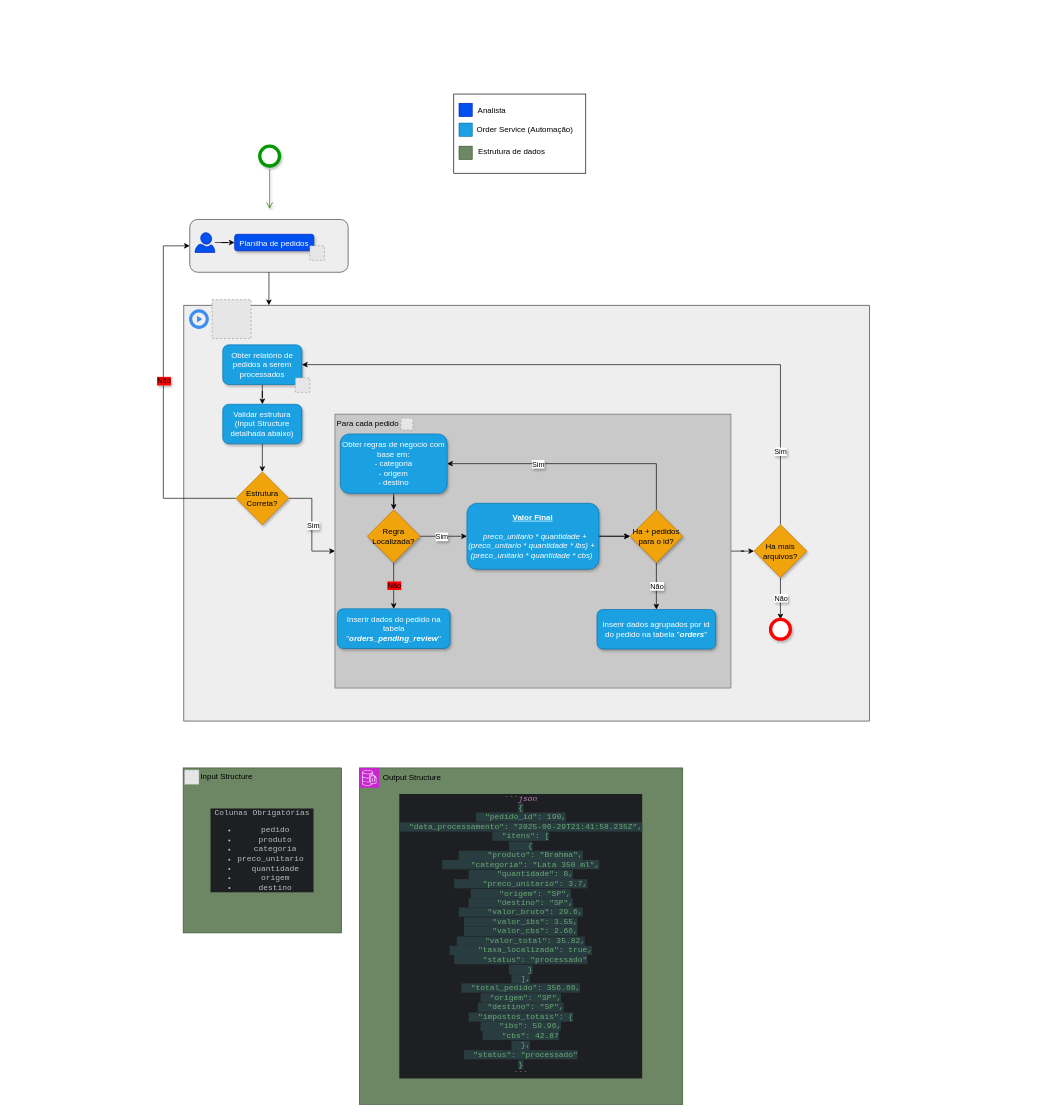
BrunoHPPereira/Order keeps this draw.io diagram as fluxo_pedidos.drawio. Above is the earlier version. Source tidied: cells renumbered, new cells numbered last; positions are measured from the earlier drawing's top-left corner, leaving out a move shared by most shapes. Both pictures are drawn from the tidied source at 66%, with x=0, y=0 at pixel (163, 94). Pictures stored in the file or linked from it are replaced by grey dashed boxes.
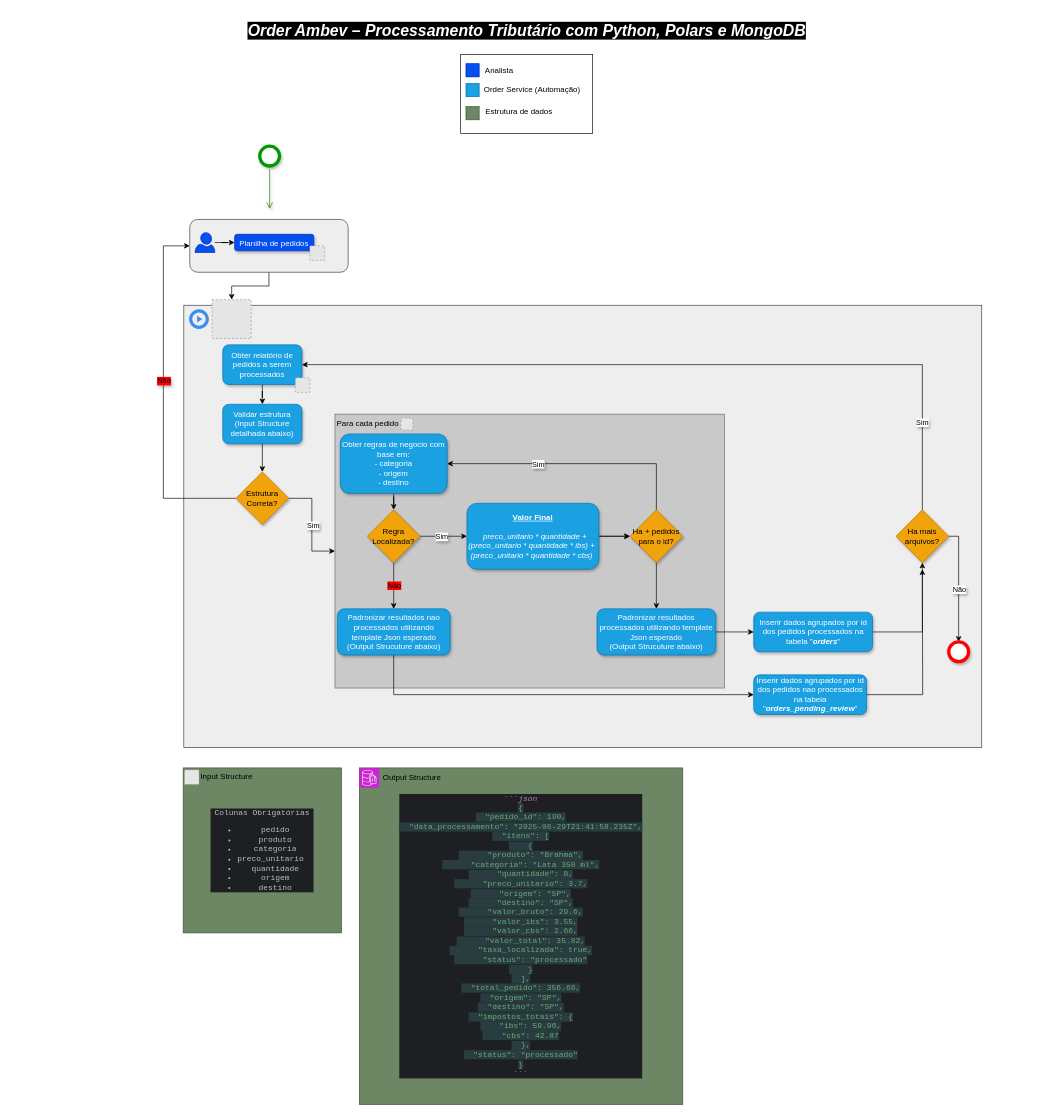
Above is the later version.

Unchanged cells that the change refers to:
```xml
<mxCell id="2" style="rounded=1;whiteSpace=wrap;html=1;fillColor=#eeeeee;strokeColor=#36393d;" parent="1" vertex="1">
  <mxGeometry x="40" y="190" width="240" height="80" as="geometry" />
</mxCell>
<mxCell id="8" value="Obter relatório de pedidos a serem processados" style="whiteSpace=wrap;html=1;rounded=1;fillColor=#1ba1e2;fontColor=#ffffff;strokeColor=#006EAF;shadow=1;" parent="1" vertex="1">
  <mxGeometry x="90" y="380" width="120" height="60" as="geometry" />
</mxCell>
<mxCell id="38" value="Ha + pedidos&lt;div&gt;para o id?&lt;/div&gt;" style="rhombus;whiteSpace=wrap;html=1;fillColor=#f0a30a;fontColor=#000000;strokeColor=#BD7000;shadow=1;" parent="1" vertex="1">
  <mxGeometry x="707" y="630" width="80" height="80" as="geometry" />
</mxCell>
<mxCell id="60" style="fillColor=#E6E6E6;strokeColor=#999999;dashed=1;html=1;verticalAlign=top;verticalLabelPosition=bottom;labelBackgroundColor=#ffffff;" parent="1" vertex="1">
  <mxGeometry x="74" y="311.5" width="59" height="59" as="geometry" />
</mxCell>
```

What changed in the source:
```diff
@@
+    <mxCell id="63" style="edgeStyle=orthogonalEdgeStyle;rounded=0;jettySize=auto;html=1;" parent="1" edge="1" source="2" target="60">
+      <mxGeometry relative="1" as="geometry" />
+    </mxCell>
@@
     <mxCell id="6" style="rounded=0;whiteSpace=wrap;html=1;fillColor=#eeeeee;strokeColor=#36393d;" parent="1" vertex="1">
-      <mxGeometry x="31" y="320" width="1039" height="630" as="geometry" />
+      <mxGeometry x="31" y="320" width="1209" height="670" as="geometry" />
     </mxCell>
@@
-    <mxCell id="18" style="edgeStyle=orthogonalEdgeStyle;rounded=0;jettySize=auto;html=1;entryX=0;entryY=0.5;entryDx=0;entryDy=0;" parent="1" edge="1" source="19" target="44">
-      <mxGeometry relative="1" as="geometry" />
-    </mxCell>
     <mxCell id="19" style="rounded=0;whiteSpace=wrap;html=1;fillColor=#B9B9B9;strokeColor=#36393d;opacity=70;" parent="1" vertex="1">
-      <mxGeometry x="260" y="485" width="600" height="415" as="geometry" />
+      <mxGeometry x="260" y="485" width="590" height="415" as="geometry" />
     </mxCell>
@@
+    <mxCell id="64" style="edgeStyle=orthogonalEdgeStyle;rounded=0;jettySize=auto;html=1;entryX=0;entryY=0.5;entryDx=0;entryDy=0;" parent="1" edge="1" source="32" target="71">
+      <mxGeometry relative="1" as="geometry">
+        <Array as="points">
+          <mxPoint x="349" y="910" />
+        </Array>
+      </mxGeometry>
+    </mxCell>
-    <mxCell id="32" value="Inserir dados do pedido na tabela &quot;&lt;b&gt;&lt;i&gt;orders_pending_review&lt;/i&gt;&lt;/b&gt;''" style="whiteSpace=wrap;html=1;fillColor=#1ba1e2;fontColor=#ffffff;strokeColor=#006EAF;rounded=1;shadow=1;" parent="1" vertex="1">
-      <mxGeometry x="263.5" y="780" width="171" height="60" as="geometry" />
+    <mxCell id="32" value="Padronizar resultados nao processados utilizando template Json esperado&lt;div&gt;(Output Strucuture abaixo)&lt;/div&gt;" style="whiteSpace=wrap;html=1;fillColor=#1ba1e2;fontColor=#ffffff;strokeColor=#006EAF;rounded=1;shadow=1;" parent="1" vertex="1">
+      <mxGeometry x="263.5" y="780" width="171" height="70" as="geometry" />
     </mxCell>
+    <mxCell id="65" style="edgeStyle=orthogonalEdgeStyle;rounded=0;jettySize=auto;html=1;" parent="1" edge="1" source="33" target="44">
+      <mxGeometry relative="1" as="geometry" />
+    </mxCell>
-    <mxCell id="33" value="&lt;div&gt;Inserir dados agrupados por id do pedido na tabela &quot;&lt;b&gt;&lt;i&gt;orders&lt;/i&gt;&lt;/b&gt;&quot;&lt;/div&gt;" style="whiteSpace=wrap;html=1;fillColor=#1ba1e2;fontColor=#ffffff;strokeColor=#006EAF;rounded=1;shadow=1;" parent="1" vertex="1">
-      <mxGeometry x="657" y="781" width="180" height="60" as="geometry" />
+    <mxCell id="33" value="&lt;div&gt;Inserir dados agrupados por id dos pedidos processados na tabela &quot;&lt;b&gt;&lt;i&gt;orders&lt;/i&gt;&lt;/b&gt;&quot;&lt;/div&gt;" style="whiteSpace=wrap;html=1;fillColor=#1ba1e2;fontColor=#ffffff;strokeColor=#006EAF;rounded=1;shadow=1;" parent="1" vertex="1">
+      <mxGeometry x="894.5" y="785" width="180" height="60" as="geometry" />
     </mxCell>
@@
-    <mxCell id="36" style="edgeStyle=orthogonalEdgeStyle;rounded=0;jettySize=auto;html=1;entryX=0.5;entryY=0;entryDx=0;entryDy=0;" parent="1" edge="1" source="38" target="33">
-      <mxGeometry relative="1" as="geometry" />
-    </mxCell>
-    <mxCell id="37" value="Não" style="edgeLabel;html=1;align=center;verticalAlign=middle;textShadow=1;" parent="36" vertex="1">
-      <mxGeometry x="-0.02" y="2" relative="1" as="geometry">
-        <mxPoint x="-2" as="offset" />
-      </mxGeometry>
-    </mxCell>
+    <mxCell id="66" style="edgeStyle=orthogonalEdgeStyle;rounded=0;jettySize=auto;html=1;" parent="1" edge="1" source="38" target="69">
+      <mxGeometry relative="1" as="geometry" />
+    </mxCell>
@@
     <mxCell id="40" style="edgeStyle=orthogonalEdgeStyle;rounded=0;jettySize=auto;html=1;" parent="1" edge="1" source="44" target="45">
-      <mxGeometry relative="1" as="geometry" />
+      <mxGeometry relative="1" as="geometry">
+        <Array as="points">
+          <mxPoint x="1205" y="670" />
+        </Array>
+      </mxGeometry>
     </mxCell>
@@
     <mxCell id="42" style="edgeStyle=orthogonalEdgeStyle;rounded=0;jettySize=auto;html=1;entryX=1;entryY=0.5;entryDx=0;entryDy=0;" parent="1" edge="1" source="44" target="8">
       <mxGeometry relative="1" as="geometry">
         <Array as="points">
-          <mxPoint x="935" y="410" />
+          <mxPoint x="1150" y="410" />
         </Array>
       </mxGeometry>
     </mxCell>
@@
     <mxCell id="44" value="Ha mais arquivos?" style="rhombus;whiteSpace=wrap;html=1;fillColor=#f0a30a;fontColor=#000000;strokeColor=#BD7000;shadow=1;" parent="1" vertex="1">
-      <mxGeometry x="895" y="652.5" width="80" height="80" as="geometry" />
+      <mxGeometry x="1110" y="630" width="80" height="80" as="geometry" />
     </mxCell>
     <mxCell id="45" style="shape=ellipse;html=1;dashed=0;whiteSpace=wrap;strokeWidth=5;perimeter=ellipsePerimeter;shadow=1;strokeColor=#FF0000;" parent="1" vertex="1">
-      <mxGeometry x="920" y="796" width="30" height="30" as="geometry" />
+      <mxGeometry x="1190" y="830" width="30" height="30" as="geometry" />
     </mxCell>
@@
     <mxCell id="52" style="rounded=0;whiteSpace=wrap;html=1;" parent="1" vertex="1">
-      <mxGeometry x="440" width="200" height="120" as="geometry" />
+      <mxGeometry x="450.5" y="-60" width="200" height="120" as="geometry" />
     </mxCell>
     <mxCell id="53" style="rounded=0;whiteSpace=wrap;html=1;fillColor=#0050ef;strokeColor=#001DBC;fontColor=#ffffff;" parent="1" vertex="1">
-      <mxGeometry x="448" y="14" width="20" height="20" as="geometry" />
+      <mxGeometry x="458.5" y="-46" width="20" height="20" as="geometry" />
     </mxCell>
     <mxCell id="54" style="rounded=0;whiteSpace=wrap;html=1;fillColor=#1ba1e2;strokeColor=#006EAF;fontColor=#ffffff;" parent="1" vertex="1">
-      <mxGeometry x="448" y="44" width="20" height="20" as="geometry" />
+      <mxGeometry x="458.5" y="-16" width="20" height="20" as="geometry" />
     </mxCell>
     <mxCell id="55" style="rounded=0;whiteSpace=wrap;html=1;fillColor=#6d8764;strokeColor=#3A5431;fontColor=#ffffff;" parent="1" vertex="1">
-      <mxGeometry x="448" y="79" width="20" height="20" as="geometry" />
+      <mxGeometry x="458.5" y="19" width="20" height="20" as="geometry" />
     </mxCell>
     <mxCell id="56" value="Analista" style="text;html=1;align=center;verticalAlign=middle;whiteSpace=wrap;rounded=0;" parent="1" vertex="1">
-      <mxGeometry x="468" y="10" width="60" height="30" as="geometry" />
+      <mxGeometry x="478.5" y="-50" width="60" height="30" as="geometry" />
     </mxCell>
     <mxCell id="57" value="Order Service (Automação)" style="text;html=1;align=center;verticalAlign=middle;whiteSpace=wrap;rounded=0;" parent="1" vertex="1">
-      <mxGeometry x="468" y="39" width="160" height="30" as="geometry" />
+      <mxGeometry x="478.5" y="-21" width="160" height="30" as="geometry" />
     </mxCell>
     <mxCell id="58" value="Estrutura de dados" style="text;html=1;align=center;verticalAlign=middle;whiteSpace=wrap;rounded=0;" parent="1" vertex="1">
-      <mxGeometry x="468" y="74" width="120" height="25" as="geometry" />
+      <mxGeometry x="478.5" y="14" width="120" height="25" as="geometry" />
     </mxCell>
@@
-    <mxCell id="62" style="edgeStyle=orthogonalEdgeStyle;rounded=0;jettySize=auto;html=1;entryX=0.124;entryY=0;entryDx=0;entryDy=0;entryPerimeter=0;" parent="1" edge="1" source="2" target="6">
-      <mxGeometry relative="1" as="geometry" />
-    </mxCell>
+    <mxCell id="67" value="&lt;h1&gt;&lt;span style=&quot;font-style: italic; background-color: rgb(0, 0, 0);&quot;&gt;&lt;font style=&quot;color: rgb(255, 255, 255);&quot;&gt;Order Ambev – Processamento Tributário com Python, Polars e MongoDB&lt;/font&gt;&lt;/span&gt;&lt;/h1&gt;" style="text;html=1;align=center;verticalAlign=middle;whiteSpace=wrap;rounded=0;" parent="1" vertex="1">
+      <mxGeometry x="-230.5" y="-110" width="1562" height="30" as="geometry" />
+    </mxCell>
+    <mxCell id="68" style="edgeStyle=orthogonalEdgeStyle;rounded=0;jettySize=auto;html=1;" parent="1" edge="1" source="69" target="33">
+      <mxGeometry relative="1" as="geometry" />
+    </mxCell>
+    <mxCell id="69" value="Padronizar resultados processados utilizando template Json esperado&lt;div&gt;(Output Strucuture abaixo)&lt;/div&gt;" style="whiteSpace=wrap;html=1;fillColor=#1ba1e2;fontColor=#ffffff;strokeColor=#006EAF;rounded=1;shadow=1;" parent="1" vertex="1">
+      <mxGeometry x="657" y="780" width="180" height="70" as="geometry" />
+    </mxCell>
+    <mxCell id="70" style="edgeStyle=orthogonalEdgeStyle;rounded=0;jettySize=auto;html=1;" parent="1" edge="1" source="71">
+      <mxGeometry relative="1" as="geometry">
+        <mxPoint x="1150" y="720" as="targetPoint" />
+      </mxGeometry>
+    </mxCell>
+    <mxCell id="71" value="Inserir dados agrupados por id dos pedidos nao processados na tabela &quot;&lt;b&gt;&lt;i&gt;orders_pending_review&lt;/i&gt;&lt;/b&gt;&quot;" style="whiteSpace=wrap;html=1;fillColor=#1ba1e2;fontColor=#ffffff;strokeColor=#006EAF;rounded=1;shadow=1;" parent="1" vertex="1">
+      <mxGeometry x="894.5" y="880" width="171" height="60" as="geometry" />
+    </mxCell>
```
